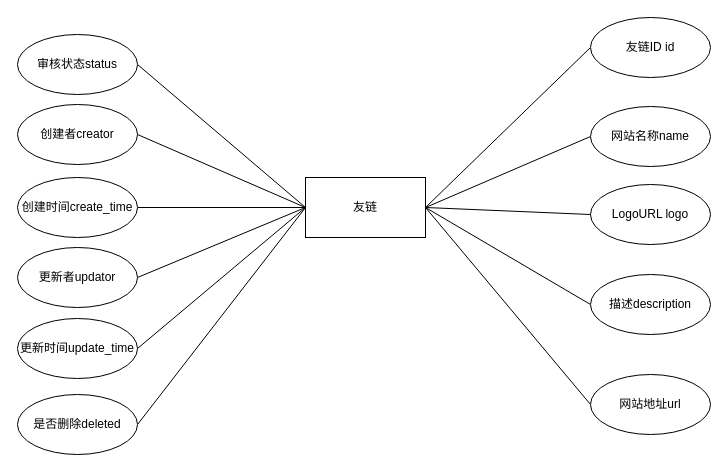
zhangbird050801/bird-blog keeps this draw.io diagram as graph/友链ER.drawio. Above is the earlier version. Source tidied: cells renumbered, new cells numbered last; positions are measured from the earlier drawing's top-left corner, leaving out a move shared by most shapes. Both pictures are drawn from the tidied source at 100%, with x=0, y=0 at pixel (17, 17).
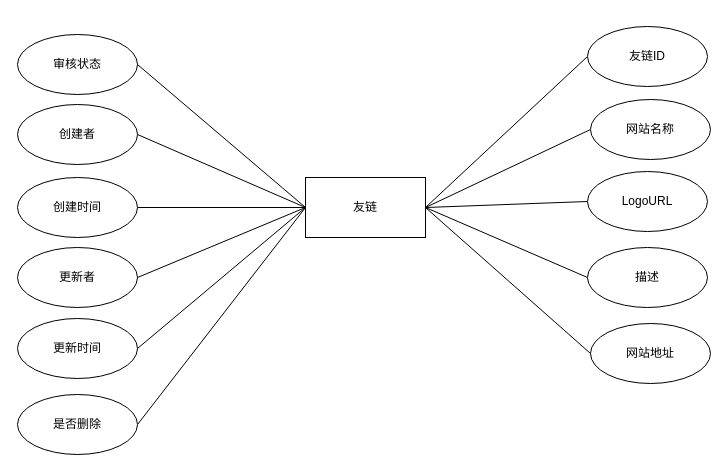
After the change.

What changed in the source:
```diff
@@
-    <mxCell id="4" value="友链ID id" style="whiteSpace=wrap;html=1;shape=ellipse;perimeter=ellipsePerimeter;" parent="1" vertex="1">
-      <mxGeometry x="573" width="120" height="60" as="geometry" />
+    <mxCell id="4" value="友链ID" style="whiteSpace=wrap;html=1;shape=ellipse;perimeter=ellipsePerimeter;" parent="1" vertex="1">
+      <mxGeometry x="570" y="9" width="120" height="60" as="geometry" />
     </mxCell>
@@
-    <mxCell id="7" value="网站名称name" style="whiteSpace=wrap;html=1;rounded=0;shape=ellipse;perimeter=ellipsePerimeter;" parent="1" vertex="1">
-      <mxGeometry x="573" y="89" width="120" height="60" as="geometry" />
+    <mxCell id="7" value="网站名称" style="whiteSpace=wrap;html=1;rounded=0;shape=ellipse;perimeter=ellipsePerimeter;" parent="1" vertex="1">
+      <mxGeometry x="573" y="82" width="120" height="60" as="geometry" />
     </mxCell>
@@
-    <mxCell id="10" value="创建时间create_time" style="whiteSpace=wrap;html=1;shape=ellipse;perimeter=ellipsePerimeter;" parent="1" vertex="1">
+    <mxCell id="10" value="创建时间" style="whiteSpace=wrap;html=1;shape=ellipse;perimeter=ellipsePerimeter;" parent="1" vertex="1">
       <mxGeometry y="160" width="120" height="60" as="geometry" />
     </mxCell>
-    <mxCell id="11" value="创建者creator" style="whiteSpace=wrap;html=1;shape=ellipse;perimeter=ellipsePerimeter;" parent="1" vertex="1">
+    <mxCell id="11" value="创建者" style="whiteSpace=wrap;html=1;shape=ellipse;perimeter=ellipsePerimeter;" parent="1" vertex="1">
       <mxGeometry y="87" width="120" height="60" as="geometry" />
     </mxCell>
@@
-    <mxCell id="13" value="更新时间update_time" style="whiteSpace=wrap;html=1;shape=ellipse;perimeter=ellipsePerimeter;" parent="1" vertex="1">
+    <mxCell id="13" value="更新时间" style="whiteSpace=wrap;html=1;shape=ellipse;perimeter=ellipsePerimeter;" parent="1" vertex="1">
       <mxGeometry y="301" width="120" height="60" as="geometry" />
     </mxCell>
@@
-    <mxCell id="15" value="更新者updator" style="whiteSpace=wrap;html=1;shape=ellipse;perimeter=ellipsePerimeter;" parent="1" vertex="1">
+    <mxCell id="15" value="更新者" style="whiteSpace=wrap;html=1;shape=ellipse;perimeter=ellipsePerimeter;" parent="1" vertex="1">
       <mxGeometry y="230" width="120" height="60" as="geometry" />
     </mxCell>
@@
-    <mxCell id="17" value="LogoURL logo" style="whiteSpace=wrap;html=1;shape=ellipse;perimeter=ellipsePerimeter;" parent="1" vertex="1">
-      <mxGeometry x="573" y="167" width="120" height="60" as="geometry" />
+    <mxCell id="17" value="LogoURL" style="whiteSpace=wrap;html=1;shape=ellipse;perimeter=ellipsePerimeter;" parent="1" vertex="1">
+      <mxGeometry x="570" y="154" width="120" height="60" as="geometry" />
     </mxCell>
@@
-    <mxCell id="19" value="是否删除deleted" style="whiteSpace=wrap;html=1;shape=ellipse;perimeter=ellipsePerimeter;" parent="1" vertex="1">
+    <mxCell id="19" value="是否删除" style="whiteSpace=wrap;html=1;shape=ellipse;perimeter=ellipsePerimeter;" parent="1" vertex="1">
       <mxGeometry y="377" width="120" height="60" as="geometry" />
     </mxCell>
-    <mxCell id="20" value="审核状态status" style="whiteSpace=wrap;html=1;rounded=0;shape=ellipse;perimeter=ellipsePerimeter;" parent="1" vertex="1">
+    <mxCell id="20" value="审核状态" style="whiteSpace=wrap;html=1;rounded=0;shape=ellipse;perimeter=ellipsePerimeter;" parent="1" vertex="1">
       <mxGeometry y="17" width="120" height="60" as="geometry" />
     </mxCell>
@@
-    <mxCell id="22" value="描述description" style="whiteSpace=wrap;html=1;rounded=0;shape=ellipse;perimeter=ellipsePerimeter;" parent="1" vertex="1">
-      <mxGeometry x="573" y="257" width="120" height="60" as="geometry" />
+    <mxCell id="22" value="描述" style="whiteSpace=wrap;html=1;rounded=0;shape=ellipse;perimeter=ellipsePerimeter;" parent="1" vertex="1">
+      <mxGeometry x="570" y="230" width="120" height="60" as="geometry" />
     </mxCell>
@@
-    <mxCell id="24" value="网站地址url" style="whiteSpace=wrap;html=1;rounded=0;shape=ellipse;perimeter=ellipsePerimeter;" parent="1" vertex="1">
-      <mxGeometry x="573" y="357" width="120" height="60" as="geometry" />
+    <mxCell id="24" value="网站地址" style="whiteSpace=wrap;html=1;rounded=0;shape=ellipse;perimeter=ellipsePerimeter;" parent="1" vertex="1">
+      <mxGeometry x="573" y="306" width="120" height="60" as="geometry" />
     </mxCell>
```
